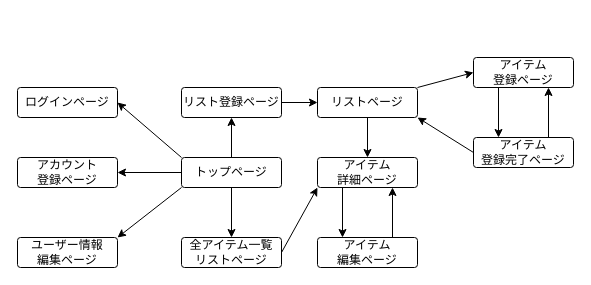
Above: transition.dio in nagataku26/life-stocker (draw.io), before the change. Source tidied: cells renumbered, new cells numbered last; positions are measured from the earlier drawing's top-left corner, leaving out a move shared by most shapes. Both pictures are drawn from the tidied source at 100%, with x=0, y=0 at pixel (17, 57).
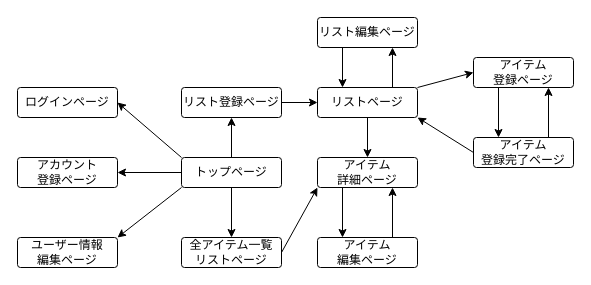
The same page after the edit.

Commit message:
遷移図編集

The change refers to these unchanged cells:
```xml
<mxCell id="20" value="リストページ" style="rounded=1;arcSize=10;whiteSpace=wrap;html=1;align=center;" parent="1" vertex="1">
  <mxGeometry x="300" y="30" width="100" height="30" as="geometry" />
</mxCell>
```

Change to the diagram source:
```diff
@@
+    <mxCell id="28" style="edgeStyle=none;html=1;exitX=0.75;exitY=0;exitDx=0;exitDy=0;entryX=0.75;entryY=1;entryDx=0;entryDy=0;startArrow=none;startFill=0;" parent="1" edge="1" source="20" target="30">
+      <mxGeometry relative="1" as="geometry" />
+    </mxCell>
@@
+    <mxCell id="29" style="edgeStyle=none;html=1;exitX=0.25;exitY=1;exitDx=0;exitDy=0;entryX=0.25;entryY=0;entryDx=0;entryDy=0;startArrow=none;startFill=0;" parent="1" edge="1" source="30" target="20">
+      <mxGeometry relative="1" as="geometry" />
+    </mxCell>
+    <mxCell id="30" value="リスト編集ページ" style="rounded=1;arcSize=10;whiteSpace=wrap;html=1;align=center;" parent="1" vertex="1">
+      <mxGeometry x="300" y="-40" width="100" height="30" as="geometry" />
+    </mxCell>
```
